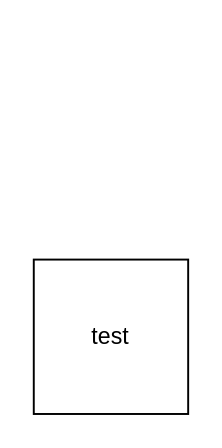
Before: plan.drawio in tanjidev/settings, a draw.io diagram. Source tidied: cells renumbered, new cells numbered last; positions are measured from the earlier drawing's top-left corner, leaving out a move shared by most shapes. Both pictures are drawn from the tidied source at 193%, with x=0, y=0 at pixel (33, 259).
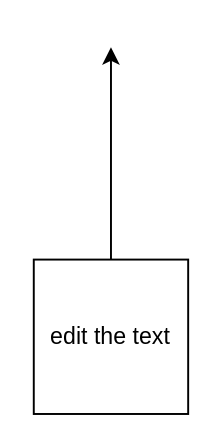
The same diagram, later.

What changed in the source:
```diff
@@
 <mxGraphModel>
   <root>
     <mxCell id="0" />
     <mxCell id="1" parent="0" />
+    <mxCell id="3" style="edgeStyle=orthogonalEdgeStyle;rounded=0;jettySize=auto;html=1;" parent="1" edge="1" source="2">
+      <mxGeometry relative="1" as="geometry">
+        <mxPoint x="40" y="-110" as="targetPoint" />
+      </mxGeometry>
+    </mxCell>
-    <mxCell id="2" value="test" style="whiteSpace=wrap;html=1;" parent="1" vertex="1">
+    <mxCell id="2" value="edit the text" style="whiteSpace=wrap;html=1;" parent="1" vertex="1">
       <mxGeometry width="80" height="80" as="geometry" />
     </mxCell>
   </root>
 </mxGraphModel>
```
